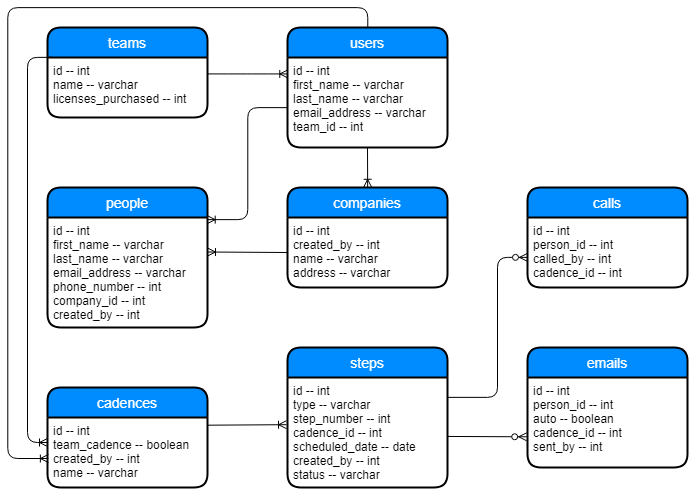
Above: SLDatabaseDesign.png in tpgaviria/saleslofteval (draw.io), before the change. Source tidied: cells renumbered, new cells last; positions are measured from the earlier drawing's top-left corner, leaving out a move shared by most shapes.
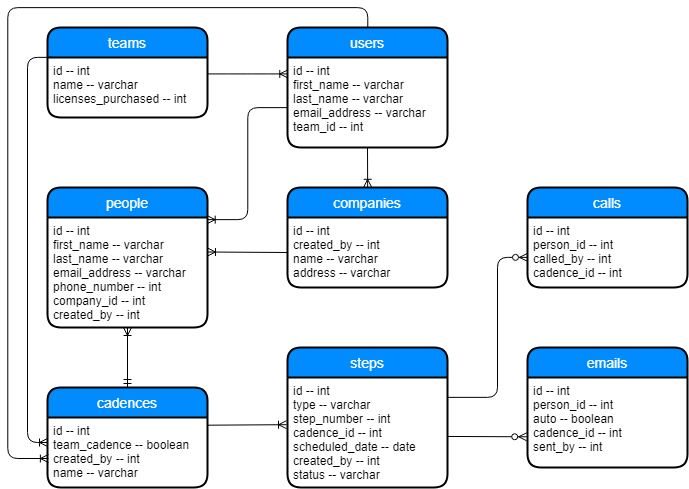
After the change.

Change to the diagram source:
```diff
@@ -103,5 +103,8 @@
         </Array>
       </mxGeometry>
     </mxCell>
+    <mxCell id="27" style="fontSize=12;html=1;endArrow=ERoneToMany;startArrow=ERmandOne;entryX=0.5;entryY=1;entryDx=0;entryDy=0;exitX=0.5;exitY=0;exitDx=0;exitDy=0;" parent="1" edge="1" source="10" target="9">
+      <mxGeometry relative="1" as="geometry" />
+    </mxCell>
   </root>
 </mxGraphModel>
```
